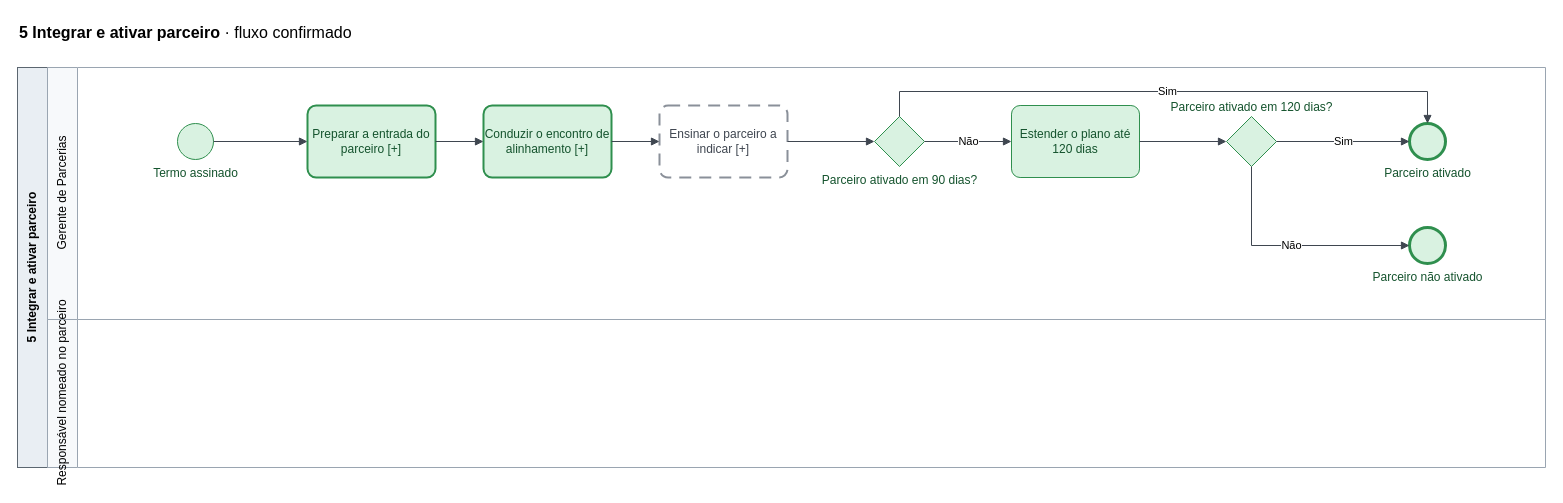
This is page "5 Integrar e ativar parceiro" (9 of 15) of mapeamentos/wise-partners-to-be/saidas/mapa.drawio from Guilherme-MFaccin/Wise-Partners, a draw.io file, before an edit. Source tidied: cells renumbered, new cells numbered last; positions are measured from the earlier drawing's top-left corner, leaving out a move shared by most shapes. Both pictures are drawn from the tidied source at 100%, with x=0, y=0 at pixel (17, 17).
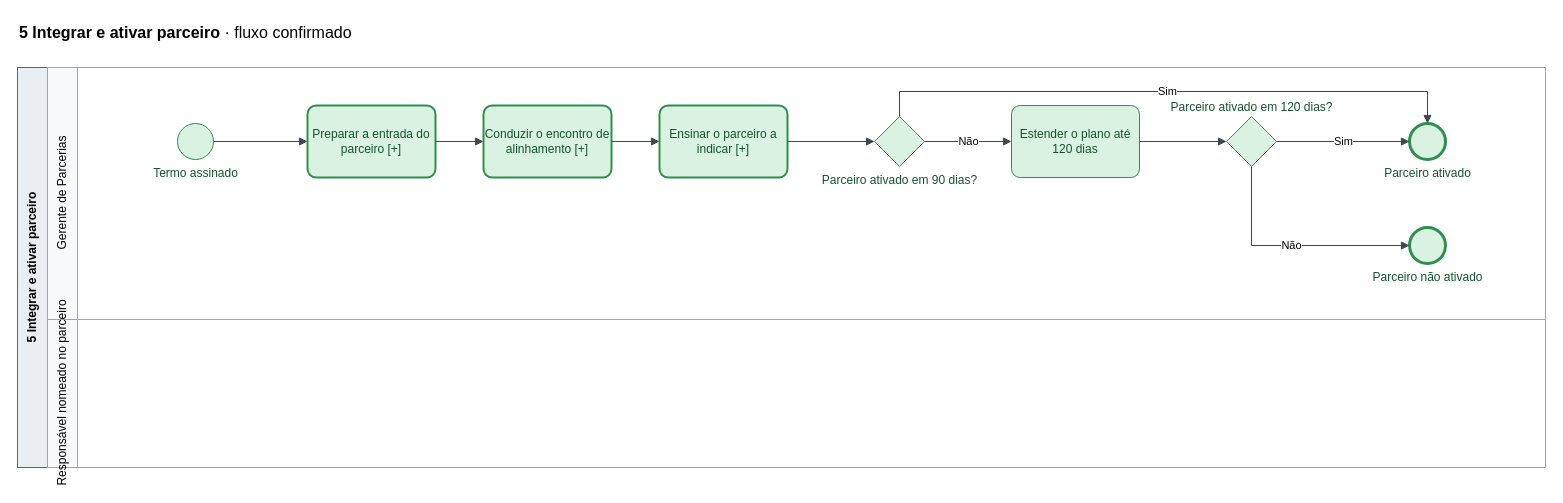
Above is the later version.

The edit, as a diff of the source:
```diff
@@
-    <mxCell id="9" value="Ensinar o parceiro a indicar [+]" style="rounded=1;whiteSpace=wrap;html=1;arcSize=12;strokeWidth=2;fillColor=#FFFFFF;strokeColor=#8A9099;fontColor=#3F4650;dashed=1;dashPattern=6 4;" parent="1" vertex="1">
+    <mxCell id="9" value="Ensinar o parceiro a indicar [+]" style="rounded=1;whiteSpace=wrap;html=1;arcSize=12;strokeWidth=2;fillColor=#D9F2E1;strokeColor=#2F8F4E;fontColor=#14532D;" parent="1" vertex="1">
       <mxGeometry x="642" y="88" width="128" height="72" as="geometry" />
     </mxCell>
```
